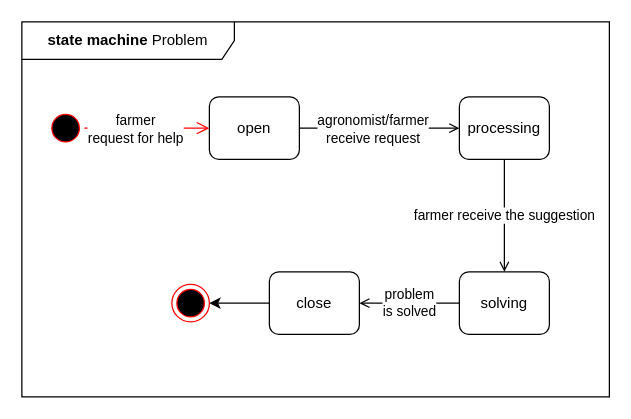
The draw.io diagram page "Problem" (1 of 2) of RASD/diagrams/State Diagram.drawio in ictar/DREAM-SE2-Project-2022, before the edit. Source tidied: cells renumbered, new cells numbered last; positions are measured from the earlier drawing's top-left corner, leaving out a move shared by most shapes. Both pictures are drawn from the tidied source at 125%, with x=0, y=0 at pixel (21, 21).
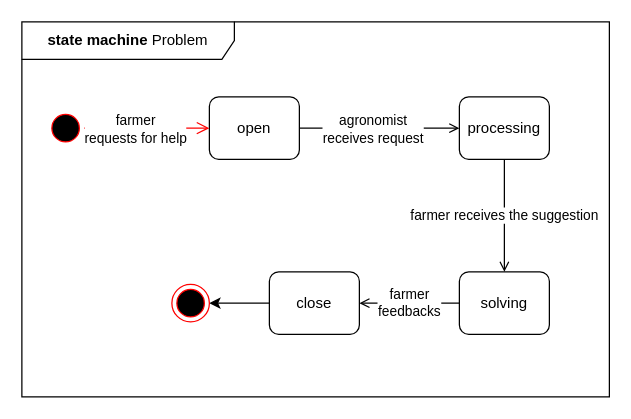
Above is the later version.

The edit, as a diff of the source:
```diff
@@
 <mxGraphModel>
   <root>
     <mxCell id="0" />
     <mxCell id="1" parent="0" />
     <mxCell id="2" value="&lt;b&gt;state machine &lt;/b&gt;Problem" style="shape=umlFrame;whiteSpace=wrap;html=1;width=170;height=30;" parent="1" vertex="1">
       <mxGeometry width="470" height="300" as="geometry" />
     </mxCell>
     <mxCell id="3" style="edgeStyle=elbowEdgeStyle;rounded=0;jettySize=auto;html=1;endArrow=open;endFill=0;" parent="1" edge="1" source="5" target="10">
       <mxGeometry relative="1" as="geometry" />
     </mxCell>
-    <mxCell id="4" value="agronomist/farmer&lt;br&gt;receive request" style="edgeLabel;html=1;align=center;verticalAlign=middle;" parent="3" vertex="1">
+    <mxCell id="4" value="agronomist&lt;br&gt;receives request" style="edgeLabel;html=1;align=center;verticalAlign=middle;" parent="3" vertex="1">
       <mxGeometry x="-0.25" y="1" relative="1" as="geometry">
         <mxPoint x="10" y="1" as="offset" />
       </mxGeometry>
     </mxCell>
     <mxCell id="5" value="open" style="rounded=1;whiteSpace=wrap;html=1;" parent="1" vertex="1">
       <mxGeometry x="150" y="60" width="72" height="50" as="geometry" />
     </mxCell>
     <mxCell id="6" style="ellipse;html=1;shape=startState;fillColor=#000000;strokeColor=#ff0000;" parent="1" vertex="1">
       <mxGeometry x="20" y="70" width="30" height="30" as="geometry" />
     </mxCell>
     <mxCell id="7" style="edgeStyle=orthogonalEdgeStyle;html=1;verticalAlign=bottom;endArrow=open;endSize=8;strokeColor=#ff0000;rounded=0;entryX=0;entryY=0.5;entryDx=0;entryDy=0;" parent="1" edge="1" source="6" target="5">
       <mxGeometry relative="1" as="geometry" />
     </mxCell>
-    <mxCell id="8" value="farmer &lt;br&gt;request for help" style="edgeLabel;html=1;align=center;verticalAlign=middle;" parent="7" vertex="1">
+    <mxCell id="8" value="farmer &lt;br&gt;requests for help" style="edgeLabel;html=1;align=center;verticalAlign=middle;" parent="7" vertex="1">
       <mxGeometry x="-0.26" relative="1" as="geometry">
         <mxPoint x="3" as="offset" />
       </mxGeometry>
     </mxCell>
-    <mxCell id="9" value="farmer receive the suggestion" style="edgeStyle=elbowEdgeStyle;rounded=0;jettySize=auto;html=1;endArrow=open;endFill=0;elbow=horizontal;" parent="1" edge="1" source="10" target="12">
+    <mxCell id="9" value="farmer receives the suggestion" style="edgeStyle=elbowEdgeStyle;rounded=0;jettySize=auto;html=1;endArrow=open;endFill=0;elbow=horizontal;" parent="1" edge="1" source="10" target="12">
       <mxGeometry relative="1" as="geometry" />
     </mxCell>
     <mxCell id="10" value="processing" style="rounded=1;whiteSpace=wrap;html=1;" parent="1" vertex="1">
       <mxGeometry x="350" y="60" width="72" height="50" as="geometry" />
     </mxCell>
-    <mxCell id="11" value="problem &lt;br&gt;is solved" style="edgeStyle=elbowEdgeStyle;rounded=0;jettySize=auto;html=1;endArrow=open;endFill=0;elbow=horizontal;" parent="1" edge="1" source="12" target="14">
+    <mxCell id="11" value="farmer &lt;br&gt;feedbacks" style="edgeStyle=elbowEdgeStyle;rounded=0;jettySize=auto;html=1;endArrow=open;endFill=0;elbow=vertical;" parent="1" edge="1" source="12" target="14">
       <mxGeometry relative="1" as="geometry" />
     </mxCell>
     <mxCell id="12" value="solving" style="rounded=1;whiteSpace=wrap;html=1;" parent="1" vertex="1">
       <mxGeometry x="350" y="200" width="72" height="50" as="geometry" />
     </mxCell>
     <mxCell id="13" style="edgeStyle=orthogonalEdgeStyle;rounded=0;jettySize=auto;html=1;" parent="1" edge="1" source="14" target="15">
       <mxGeometry relative="1" as="geometry" />
     </mxCell>
     <mxCell id="14" value="close" style="rounded=1;whiteSpace=wrap;html=1;" parent="1" vertex="1">
       <mxGeometry x="198" y="200" width="72" height="50" as="geometry" />
     </mxCell>
     <mxCell id="15" style="ellipse;html=1;shape=endState;fillColor=#000000;strokeColor=#ff0000;" parent="1" vertex="1">
       <mxGeometry x="120" y="210" width="30" height="30" as="geometry" />
     </mxCell>
   </root>
 </mxGraphModel>
```
